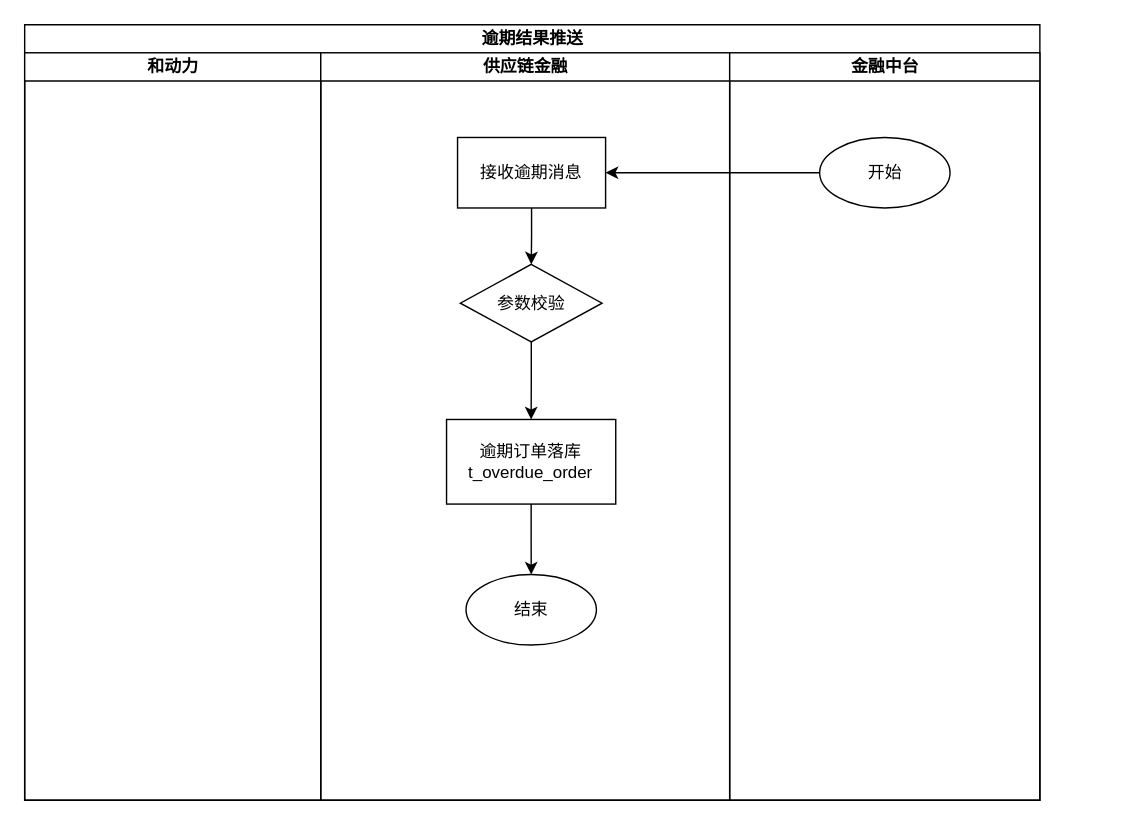
Above: page "逾期结果接收" (7 of 7) of drawio/网商贷.drawio in hezhuma/image-repo (draw.io), before the change. Source tidied: cells renumbered, new cells numbered last; positions are measured from the earlier drawing's top-left corner, leaving out a move shared by most shapes. Both pictures are drawn from the tidied source at 141%, with x=0, y=0 at pixel (24, 24).
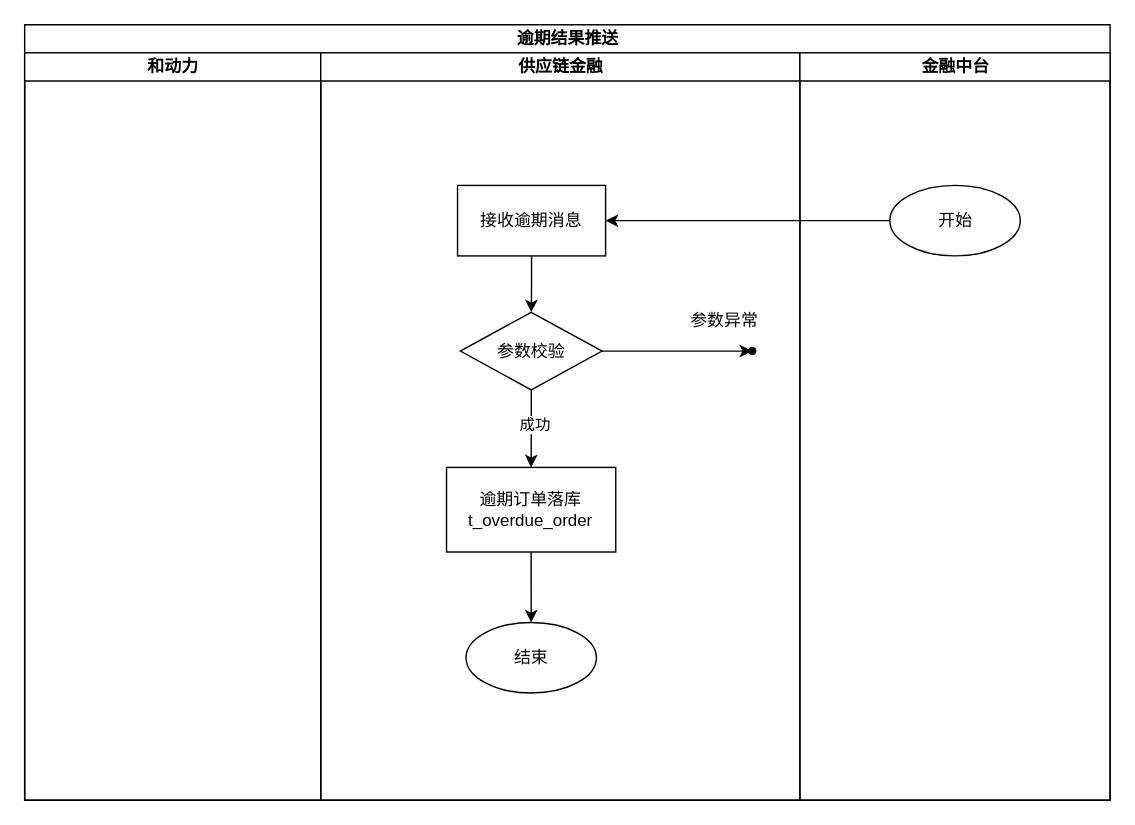
After the change.

Change to the diagram source:
```diff
@@
 <mxGraphModel>
   <root>
     <mxCell id="0" />
     <mxCell id="1" parent="0" />
     <mxCell id="2" value="逾期结果推送" style="swimlane;html=1;startSize=20;" parent="1" vertex="1">
-      <mxGeometry width="720" height="550" as="geometry" />
+      <mxGeometry width="769.8" height="550" as="geometry" />
     </mxCell>
     <mxCell id="3" value="和动力" style="swimlane;html=1;startSize=20;" parent="2" vertex="1">
       <mxGeometry y="20" width="210" height="530" as="geometry" />
     </mxCell>
     <mxCell id="4" value="供应链金融" style="swimlane;html=1;startSize=20;" parent="2" vertex="1">
-      <mxGeometry x="210" y="20" width="290" height="530" as="geometry" />
+      <mxGeometry x="210" y="20" width="339.8" height="530" as="geometry" />
     </mxCell>
     <mxCell id="5" style="edgeStyle=orthogonalEdgeStyle;rounded=0;jettySize=auto;html=1;" parent="4" edge="1" source="6" target="8">
       <mxGeometry relative="1" as="geometry" />
     </mxCell>
     <mxCell id="6" value="接收逾期消息" style="whiteSpace=wrap;html=1;" parent="4" vertex="1">
-      <mxGeometry x="97" y="60" width="105" height="50" as="geometry" />
+      <mxGeometry x="97" y="94" width="105" height="50" as="geometry" />
     </mxCell>
     <mxCell id="7" style="edgeStyle=orthogonalEdgeStyle;rounded=0;jettySize=auto;html=1;" parent="4" edge="1" source="8" target="10">
       <mxGeometry relative="1" as="geometry" />
     </mxCell>
+    <mxCell id="15" value="成功" style="edgeLabel;html=1;align=center;verticalAlign=middle;" parent="7" vertex="1">
+      <mxGeometry x="-0.1" y="2" relative="1" as="geometry" />
+    </mxCell>
+    <mxCell id="16" style="edgeStyle=orthogonalEdgeStyle;rounded=0;jettySize=auto;html=1;" parent="4" edge="1" source="8" target="17">
+      <mxGeometry relative="1" as="geometry" />
+    </mxCell>
     <mxCell id="8" value="参数校验" style="rhombus;whiteSpace=wrap;html=1;" parent="4" vertex="1">
-      <mxGeometry x="99" y="150" width="100.5" height="55" as="geometry" />
+      <mxGeometry x="99" y="184" width="100.5" height="55" as="geometry" />
     </mxCell>
     <mxCell id="9" style="edgeStyle=orthogonalEdgeStyle;rounded=0;jettySize=auto;html=1;" parent="4" edge="1" source="10" target="11">
       <mxGeometry relative="1" as="geometry" />
     </mxCell>
     <mxCell id="10" value="逾期订单落库&lt;br&gt;t_overdue_order" style="whiteSpace=wrap;html=1;" parent="4" vertex="1">
-      <mxGeometry x="89.2" y="260" width="120" height="60" as="geometry" />
+      <mxGeometry x="89.2" y="294" width="120" height="60" as="geometry" />
     </mxCell>
     <mxCell id="11" value="结束" style="ellipse;whiteSpace=wrap;html=1;" parent="4" vertex="1">
-      <mxGeometry x="103" y="370" width="92.5" height="50" as="geometry" />
+      <mxGeometry x="103" y="404" width="92.5" height="50" as="geometry" />
     </mxCell>
+    <mxCell id="17" style="shape=waypoint;sketch=0;size=6;points=[];fillColor=default;perimeter=centerPerimeter;snapToPoint=1;" parent="4" vertex="1">
+      <mxGeometry x="296" y="201.5" width="20" height="20" as="geometry" />
+    </mxCell>
     <mxCell id="12" value="金融中台" style="swimlane;html=1;startSize=20;" parent="2" vertex="1">
-      <mxGeometry x="500" y="20" width="220" height="530" as="geometry" />
+      <mxGeometry x="549.8" y="20" width="220" height="530" as="geometry" />
     </mxCell>
     <mxCell id="13" value="开始" style="ellipse;whiteSpace=wrap;html=1;" parent="12" vertex="1">
-      <mxGeometry x="63.8" y="60" width="92.5" height="50" as="geometry" />
+      <mxGeometry x="63.8" y="94" width="92.5" height="50" as="geometry" />
     </mxCell>
     <mxCell id="14" style="edgeStyle=orthogonalEdgeStyle;rounded=0;jettySize=auto;html=1;" parent="2" edge="1" source="13" target="6">
       <mxGeometry relative="1" as="geometry" />
     </mxCell>
+    <mxCell id="18" value="参数异常" style="text;html=1;align=center;verticalAlign=middle;strokeColor=none;fillColor=none;" parent="1" vertex="1">
+      <mxGeometry x="461" y="195" width="70" height="30" as="geometry" />
+    </mxCell>
   </root>
 </mxGraphModel>
```
